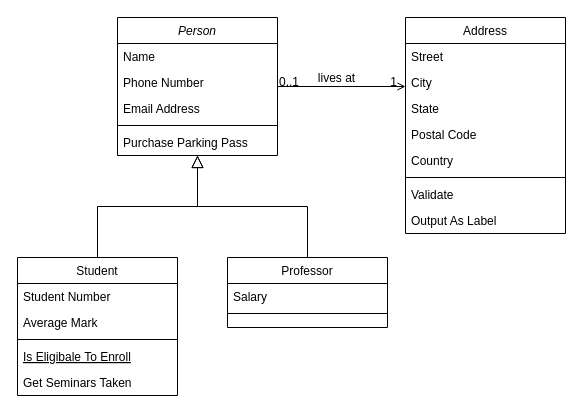
Earlier version of the draw.io diagram UseCase.drawio (helenewillits/JobMe). Source tidied: cells renumbered, new cells numbered last; positions are measured from the earlier drawing's top-left corner, leaving out a move shared by most shapes. Both pictures are drawn from the tidied source at 100%, with x=0, y=0 at pixel (17, 17).
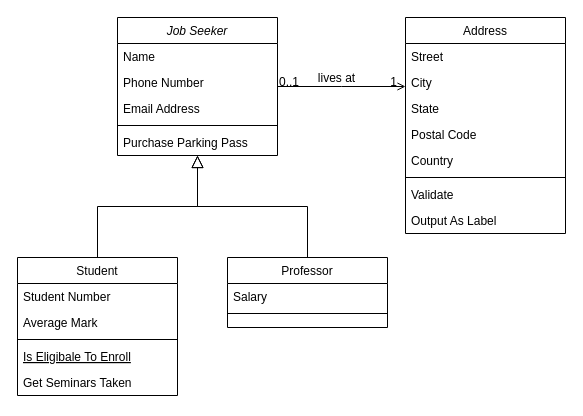
After the change.

The edit, as a diff of the source:
```diff
@@
-    <mxCell id="2" value="Person" style="swimlane;fontStyle=2;align=center;verticalAlign=top;horizontal=1;startSize=26;rounded=0;shadow=0;strokeWidth=1;" parent="1" vertex="1">
+    <mxCell id="2" value="Job Seeker" style="swimlane;fontStyle=2;align=center;verticalAlign=top;horizontal=1;startSize=26;rounded=0;shadow=0;strokeWidth=1;" parent="1" vertex="1">
       <mxGeometry x="100" width="160" height="138" as="geometry" />
     </mxCell>
```
